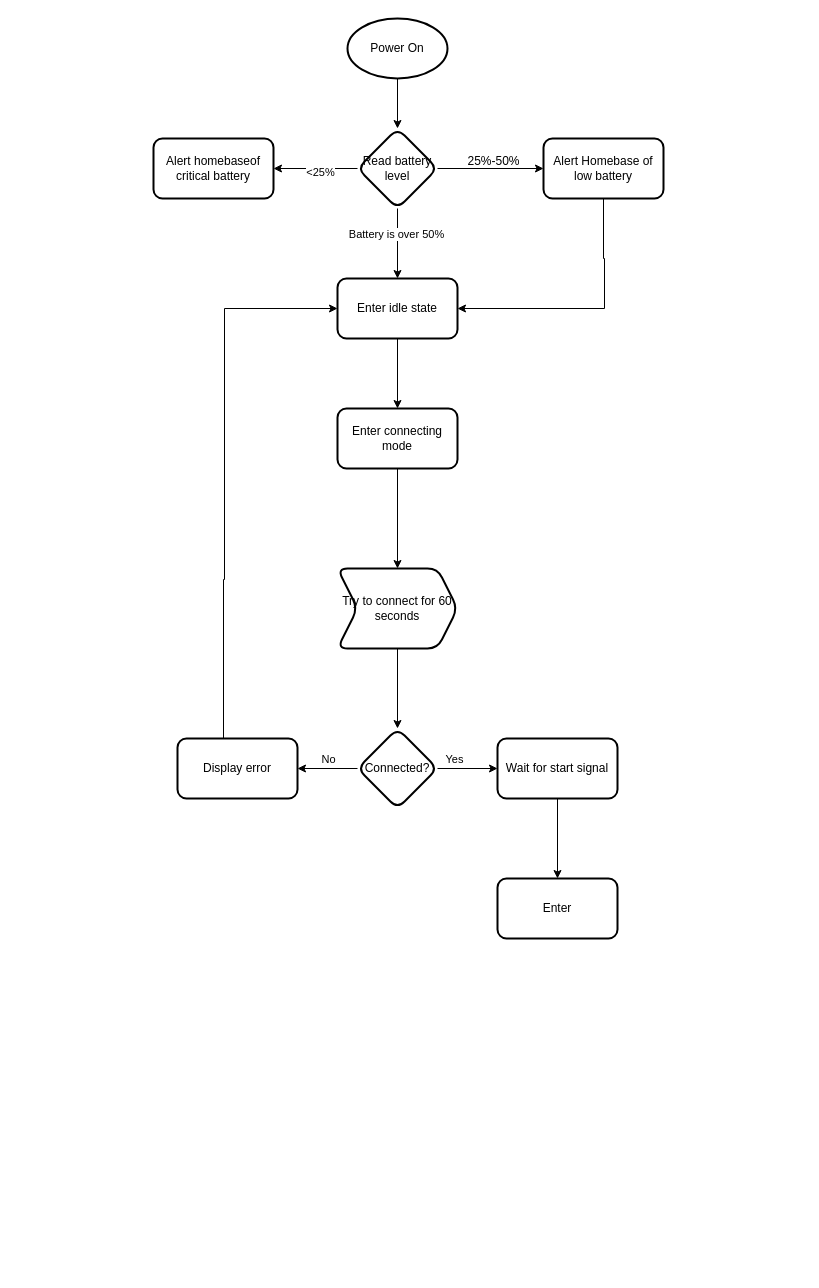
Earlier version of the draw.io diagram page "Page-2" (2 of 2) of Hide-Seek/Hide-Side-Data-Flow.drawio (JoshMuir/JoshMuir). Source tidied: cells renumbered, new cells numbered last; positions are measured from the earlier drawing's top-left corner, leaving out a move shared by most shapes. Both pictures are drawn from the tidied source at 100%, with x=0, y=0 at pixel (153, 18).
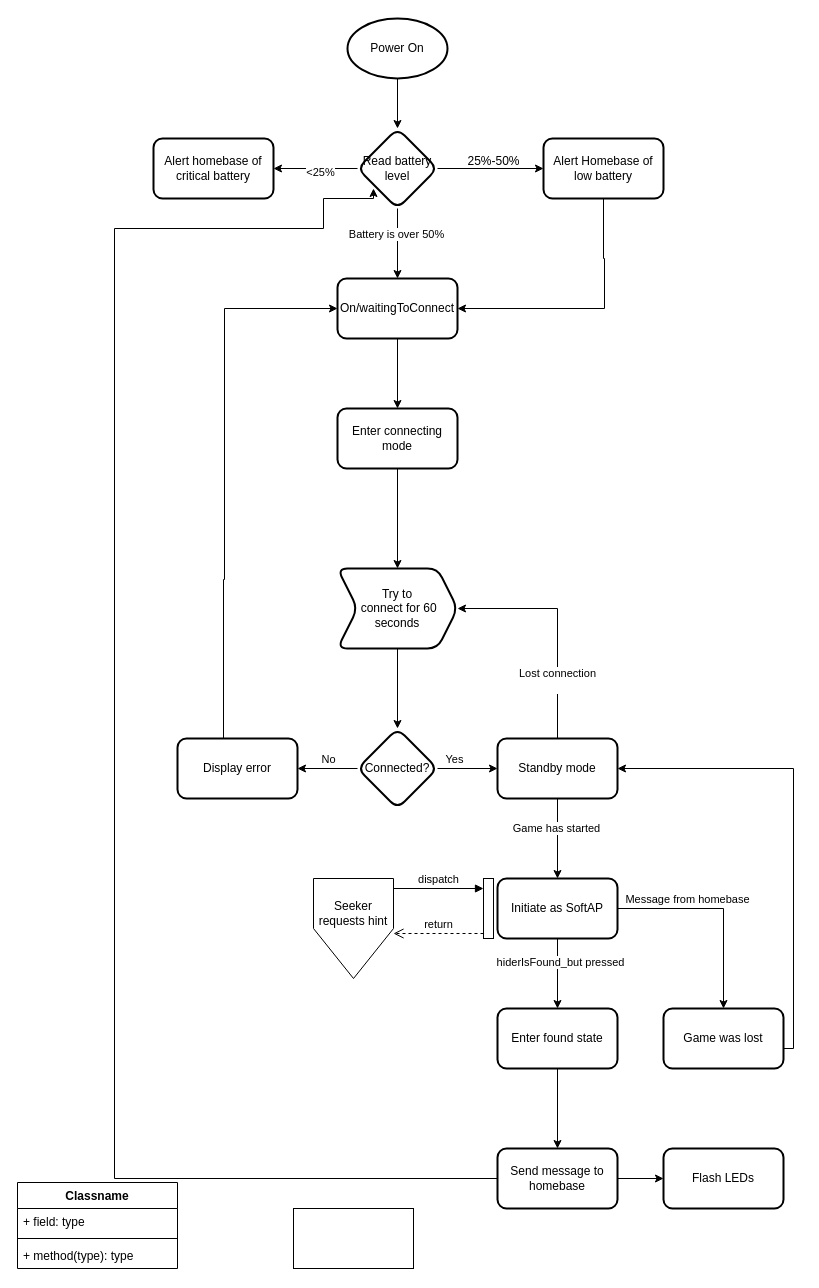
After the change.

The change refers to these unchanged cells:
```xml
<mxCell id="17" style="edgeStyle=orthogonalEdgeStyle;rounded=0;jettySize=auto;html=1;" parent="1" edge="1" source="18" target="29">
  <mxGeometry relative="1" as="geometry" />
</mxCell>
<mxCell id="24" value="Read battery level" style="rhombus;whiteSpace=wrap;html=1;rounded=1;strokeWidth=2;" parent="1" vertex="1">
  <mxGeometry x="204" y="110" width="80" height="80" as="geometry" />
</mxCell>
```

Diff of the diagram source:
```diff
@@
-    <mxCell id="7" value="Enter idle state" style="rounded=1;whiteSpace=wrap;html=1;strokeWidth=2;" parent="1" vertex="1">
+    <mxCell id="7" value="On/waitingToConnect" style="rounded=1;whiteSpace=wrap;html=1;strokeWidth=2;" parent="1" vertex="1">
       <mxGeometry x="184" y="260" width="120" height="60" as="geometry" />
     </mxCell>
@@
-    <mxCell id="9" value="Try to connect for 60 seconds" style="shape=step;perimeter=stepPerimeter;whiteSpace=wrap;html=1;fixedSize=1;rounded=1;strokeWidth=2;" parent="1" vertex="1">
+    <mxCell id="9" value="Try to&lt;br&gt;&amp;nbsp;connect for 60 seconds" style="shape=step;perimeter=stepPerimeter;whiteSpace=wrap;html=1;fixedSize=1;rounded=1;strokeWidth=2;" parent="1" vertex="1">
       <mxGeometry x="184" y="550" width="120" height="80" as="geometry" />
     </mxCell>
@@
+    <mxCell id="30" value="Game has started" style="edgeLabel;html=1;align=center;verticalAlign=middle;" parent="17" vertex="1">
+      <mxGeometry x="-0.28" y="-2" relative="1" as="geometry" />
+    </mxCell>
+    <mxCell id="31" style="edgeStyle=orthogonalEdgeStyle;rounded=0;jettySize=auto;html=1;entryX=1;entryY=0.5;entryDx=0;entryDy=0;" parent="1" edge="1" source="18" target="9">
+      <mxGeometry relative="1" as="geometry">
+        <Array as="points">
+          <mxPoint x="404" y="590" />
+        </Array>
+      </mxGeometry>
+    </mxCell>
+    <mxCell id="32" value="Lost connection&lt;div&gt;&lt;br/&gt;&lt;/div&gt;" style="edgeLabel;html=1;align=center;verticalAlign=middle;" parent="31" vertex="1">
+      <mxGeometry x="-0.49" y="1" relative="1" as="geometry" />
+    </mxCell>
-    <mxCell id="18" value="Wait for start signal" style="whiteSpace=wrap;html=1;rounded=1;strokeWidth=2;" parent="1" vertex="1">
+    <mxCell id="18" value="Standby mode" style="whiteSpace=wrap;html=1;rounded=1;strokeWidth=2;" parent="1" vertex="1">
       <mxGeometry x="344" y="720" width="120" height="60" as="geometry" />
     </mxCell>
@@
-    <mxCell id="28" value="Alert homebaseof critical battery" style="whiteSpace=wrap;html=1;rounded=1;strokeWidth=2;" parent="1" vertex="1">
+    <mxCell id="28" value="Alert homebase of critical battery" style="whiteSpace=wrap;html=1;rounded=1;strokeWidth=2;" parent="1" vertex="1">
       <mxGeometry y="120" width="120" height="60" as="geometry" />
     </mxCell>
+    <mxCell id="33" style="edgeStyle=orthogonalEdgeStyle;rounded=0;jettySize=auto;html=1;" parent="1" edge="1" source="29" target="44">
+      <mxGeometry relative="1" as="geometry" />
+    </mxCell>
+    <mxCell id="34" value="Message from homebase" style="edgeLabel;html=1;align=center;verticalAlign=middle;" parent="33" vertex="1">
+      <mxGeometry x="-0.46" y="2" relative="1" as="geometry">
+        <mxPoint x="13" y="-8" as="offset" />
+      </mxGeometry>
+    </mxCell>
+    <mxCell id="35" style="edgeStyle=orthogonalEdgeStyle;rounded=0;jettySize=auto;html=1;" parent="1" edge="1" source="29" target="46">
+      <mxGeometry relative="1" as="geometry" />
+    </mxCell>
+    <mxCell id="36" value="hiderIsFound_but pressed" style="edgeLabel;html=1;align=center;verticalAlign=middle;" parent="35" vertex="1">
+      <mxGeometry x="-0.33" y="2" relative="1" as="geometry" />
+    </mxCell>
-    <mxCell id="29" value="Enter " style="whiteSpace=wrap;html=1;rounded=1;strokeWidth=2;" parent="1" vertex="1">
+    <mxCell id="29" value="Initiate as SoftAP" style="whiteSpace=wrap;html=1;rounded=1;strokeWidth=2;" parent="1" vertex="1">
       <mxGeometry x="344" y="860" width="120" height="60" as="geometry" />
     </mxCell>
+    <mxCell id="37" style="whiteSpace=wrap;html=1;" parent="1" vertex="1">
+      <mxGeometry x="140" y="1190" width="120" height="60" as="geometry" />
+    </mxCell>
+    <mxCell id="38" style="html=1;points=[[0,0,0,0,5],[0,1,0,0,-5],[1,0,0,0,5],[1,1,0,0,-5]];perimeter=orthogonalPerimeter;outlineConnect=0;targetShapes=umlLifeline;portConstraint=eastwest;newEdgeStyle={&quot;curved&quot;:0,&quot;rounded&quot;:0};" parent="1" vertex="1">
+      <mxGeometry x="330" y="860" width="10" height="60" as="geometry" />
+    </mxCell>
+    <mxCell id="39" value="dispatch" style="html=1;verticalAlign=bottom;endArrow=block;curved=0;rounded=0;entryX=0;entryY=0;entryDx=0;entryDy=5;" parent="1" edge="1">
+      <mxGeometry relative="1" as="geometry">
+        <mxPoint x="240" y="870" as="sourcePoint" />
+        <mxPoint x="330" y="870" as="targetPoint" />
+      </mxGeometry>
+    </mxCell>
+    <mxCell id="40" value="return" style="html=1;verticalAlign=bottom;endArrow=open;dashed=1;endSize=8;curved=0;rounded=0;exitX=0;exitY=1;exitDx=0;exitDy=-5;" parent="1" edge="1" source="38">
+      <mxGeometry relative="1" as="geometry">
+        <mxPoint x="240" y="915" as="targetPoint" />
+      </mxGeometry>
+    </mxCell>
+    <mxCell id="41" style="verticalLabelPosition=bottom;verticalAlign=top;html=1;shape=offPageConnector;rounded=0;size=0.5;" parent="1" vertex="1">
+      <mxGeometry x="160" y="860" width="80" height="100" as="geometry" />
+    </mxCell>
+    <mxCell id="42" value="Seeker requests hint" style="text;html=1;align=center;verticalAlign=middle;whiteSpace=wrap;rounded=0;" parent="1" vertex="1">
+      <mxGeometry x="160" y="870" width="80" height="50" as="geometry" />
+    </mxCell>
+    <mxCell id="43" style="edgeStyle=orthogonalEdgeStyle;rounded=0;jettySize=auto;html=1;entryX=1;entryY=0.5;entryDx=0;entryDy=0;" parent="1" edge="1" source="44" target="18">
+      <mxGeometry relative="1" as="geometry">
+        <Array as="points">
+          <mxPoint x="640" y="1030" />
+          <mxPoint x="640" y="750" />
+        </Array>
+      </mxGeometry>
+    </mxCell>
+    <mxCell id="44" value="Game was lost" style="whiteSpace=wrap;html=1;rounded=1;strokeWidth=2;" parent="1" vertex="1">
+      <mxGeometry x="510" y="990" width="120" height="60" as="geometry" />
+    </mxCell>
+    <mxCell id="45" style="edgeStyle=orthogonalEdgeStyle;rounded=0;jettySize=auto;html=1;" parent="1" edge="1" source="46" target="53">
+      <mxGeometry relative="1" as="geometry" />
+    </mxCell>
+    <mxCell id="46" value="Enter found state" style="whiteSpace=wrap;html=1;rounded=1;strokeWidth=2;" parent="1" vertex="1">
+      <mxGeometry x="344" y="990" width="120" height="60" as="geometry" />
+    </mxCell>
+    <mxCell id="47" value="Classname" style="swimlane;fontStyle=1;align=center;verticalAlign=top;horizontal=1;startSize=26;whiteSpace=wrap;html=1;" parent="1" vertex="1">
+      <mxGeometry x="-136" y="1164" width="160" height="86" as="geometry" />
+    </mxCell>
+    <mxCell id="48" value="+ field: type" style="text;strokeColor=none;fillColor=none;align=left;verticalAlign=top;spacingLeft=4;spacingRight=4;overflow=hidden;whiteSpace=wrap;html=1;" parent="47" vertex="1">
+      <mxGeometry y="26" width="160" height="26" as="geometry" />
+    </mxCell>
+    <mxCell id="49" style="line;strokeWidth=1;fillColor=none;align=left;verticalAlign=middle;spacingTop=-1;spacingLeft=3;spacingRight=3;labelPosition=right;strokeColor=inherit;" parent="47" vertex="1">
+      <mxGeometry y="52" width="160" height="8" as="geometry" />
+    </mxCell>
+    <mxCell id="50" value="+ method(type): type" style="text;strokeColor=none;fillColor=none;align=left;verticalAlign=top;spacingLeft=4;spacingRight=4;overflow=hidden;whiteSpace=wrap;html=1;" parent="47" vertex="1">
+      <mxGeometry y="60" width="160" height="26" as="geometry" />
+    </mxCell>
+    <mxCell id="51" style="edgeStyle=orthogonalEdgeStyle;rounded=0;jettySize=auto;html=1;" parent="1" edge="1" source="53" target="54">
+      <mxGeometry relative="1" as="geometry" />
+    </mxCell>
+    <mxCell id="52" style="edgeStyle=orthogonalEdgeStyle;rounded=0;jettySize=auto;html=1;entryX=0.2;entryY=0.75;entryDx=0;entryDy=0;entryPerimeter=0;" parent="1" edge="1" source="53" target="24">
+      <mxGeometry relative="1" as="geometry">
+        <Array as="points">
+          <mxPoint x="-39" y="1160" />
+          <mxPoint x="-39" y="210" />
+          <mxPoint x="170" y="210" />
+          <mxPoint x="170" y="180" />
+          <mxPoint x="220" y="180" />
+        </Array>
+      </mxGeometry>
+    </mxCell>
+    <mxCell id="53" value="Send message to homebase" style="whiteSpace=wrap;html=1;rounded=1;strokeWidth=2;" parent="1" vertex="1">
+      <mxGeometry x="344" y="1130" width="120" height="60" as="geometry" />
+    </mxCell>
+    <mxCell id="54" value="Flash LEDs" style="whiteSpace=wrap;html=1;rounded=1;strokeWidth=2;" parent="1" vertex="1">
+      <mxGeometry x="510" y="1130" width="120" height="60" as="geometry" />
+    </mxCell>
```
